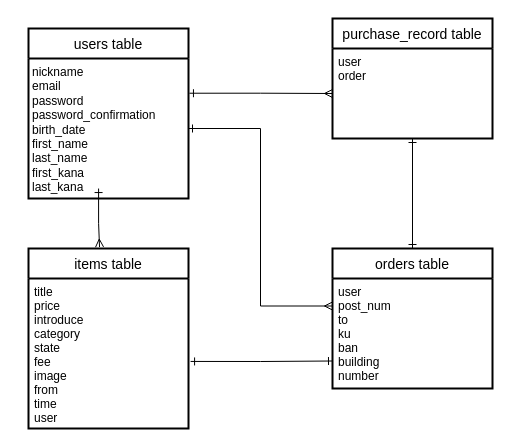
Before: er.dio in tomi-moto/furima-35525, a draw.io diagram. Source tidied: cells renumbered, new cells numbered last; positions are measured from the earlier drawing's top-left corner, leaving out a move shared by most shapes. Both pictures are drawn from the tidied source at 100%, with x=0, y=0 at pixel (28, 18).
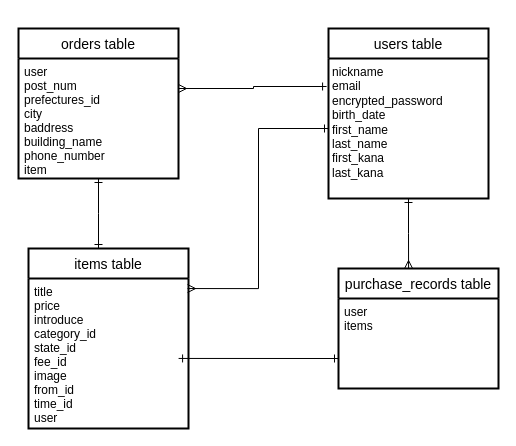
The same page after the edit.

The edit, as a diff of the source:
```diff
@@
 <mxGraphModel>
   <root>
     <mxCell id="0" />
     <mxCell id="1" parent="0" />
-    <mxCell id="2" style="edgeStyle=orthogonalEdgeStyle;rounded=0;jettySize=auto;html=1;exitX=1.006;exitY=0.248;exitDx=0;exitDy=0;entryX=0;entryY=0.5;entryDx=0;entryDy=0;endArrow=ERmany;endFill=0;startArrow=ERone;startFill=0;exitPerimeter=0;" parent="1" edge="1" source="5" target="12">
-      <mxGeometry relative="1" as="geometry" />
-    </mxCell>
-    <mxCell id="3" style="edgeStyle=orthogonalEdgeStyle;rounded=0;jettySize=auto;html=1;exitX=0.438;exitY=0.929;exitDx=0;exitDy=0;entryX=0.444;entryY=-0.008;entryDx=0;entryDy=0;entryPerimeter=0;endArrow=ERmany;endFill=0;startArrow=ERone;startFill=0;exitPerimeter=0;" parent="1" edge="1" source="5" target="6">
-      <mxGeometry relative="1" as="geometry" />
-    </mxCell>
     <mxCell id="4" value="users table" style="swimlane;horizontal=1;startSize=30;rounded=1;fontSize=14;fontStyle=0;strokeWidth=2;shadow=0;dashed=0;align=center;arcSize=0;verticalAlign=middle;" parent="1" vertex="1">
-      <mxGeometry y="10" width="160" height="170" as="geometry" />
+      <mxGeometry x="300" y="10" width="160" height="170" as="geometry" />
     </mxCell>
-    <mxCell id="5" value="nickname&lt;br&gt;email&lt;br&gt;password&lt;br&gt;password_confirmation&lt;br&gt;birth_date&lt;br&gt;first_name&lt;br&gt;last_name&lt;br&gt;first_kana&lt;br&gt;last_kana&lt;br&gt;" style="text;html=1;align=left;verticalAlign=top;points=[];spacingLeft=2;" parent="4" vertex="1">
+    <mxCell id="5" value="nickname&lt;br&gt;email&lt;br&gt;encrypted_password&lt;br&gt;birth_date&lt;br&gt;first_name&lt;br&gt;last_name&lt;br&gt;first_kana&lt;br&gt;last_kana" style="text;html=1;align=left;verticalAlign=top;points=[];spacingLeft=2;" parent="4" vertex="1">
       <mxGeometry y="30" width="160" height="140" as="geometry" />
     </mxCell>
     <mxCell id="6" value="items table" style="swimlane;horizontal=1;startSize=30;rounded=1;fontSize=14;fontStyle=0;strokeWidth=2;shadow=0;dashed=0;align=center;arcSize=0;" parent="1" vertex="1">
       <mxGeometry y="230" width="160" height="180" as="geometry" />
     </mxCell>
-    <mxCell id="7" value="title&#10;price&#10;introduce&#10;category&#10;state&#10;fee&#10;image&#10;from&#10;time&#10;user" style="align=left;strokeColor=none;fillColor=none;spacingLeft=4;fontSize=12;verticalAlign=top;" parent="6" vertex="1">
+    <mxCell id="7" value="title&#10;price&#10;introduce&#10;category_id&#10;state_id&#10;fee_id&#10;image&#10;from_id&#10;time_id&#10;user" style="align=left;strokeColor=none;fillColor=none;spacingLeft=4;fontSize=12;verticalAlign=top;" parent="6" vertex="1">
       <mxGeometry y="30" width="160" height="150" as="geometry" />
     </mxCell>
     <mxCell id="8" value="orders table" style="swimlane;horizontal=1;startSize=30;rounded=1;fontSize=14;fontStyle=0;strokeWidth=2;shadow=0;dashed=0;align=center;arcSize=0;" parent="1" vertex="1">
-      <mxGeometry x="304" y="230" width="160" height="140" as="geometry" />
+      <mxGeometry x="-10" y="10" width="160" height="150" as="geometry" />
     </mxCell>
-    <mxCell id="9" value="user&#10;post_num&#10;to&#10;ku&#10;ban&#10;building&#10;number" style="align=left;strokeColor=none;fillColor=none;spacingLeft=4;fontSize=12;verticalAlign=top;" parent="8" vertex="1">
-      <mxGeometry y="30" width="160" height="110" as="geometry" />
+    <mxCell id="9" value="user&#10;post_num&#10;prefectures_id&#10;city&#10;baddress&#10;building_name&#10;phone_number&#10;item" style="align=left;strokeColor=none;fillColor=none;spacingLeft=4;fontSize=12;verticalAlign=top;" parent="8" vertex="1">
+      <mxGeometry y="30" width="160" height="120" as="geometry" />
     </mxCell>
-    <mxCell id="10" style="edgeStyle=orthogonalEdgeStyle;rounded=0;jettySize=auto;html=1;entryX=0;entryY=0.75;entryDx=0;entryDy=0;endArrow=ERone;endFill=0;startArrow=ERone;startFill=0;exitX=1.013;exitY=0.553;exitDx=0;exitDy=0;exitPerimeter=0;" parent="1" edge="1" source="7" target="9">
-      <mxGeometry relative="1" as="geometry" />
-    </mxCell>
+    <mxCell id="15" style="edgeStyle=orthogonalEdgeStyle;rounded=0;jettySize=auto;html=1;exitX=0;exitY=0.75;exitDx=0;exitDy=0;entryX=0.938;entryY=0.533;entryDx=0;entryDy=0;entryPerimeter=0;startArrow=ERone;startFill=0;endArrow=ERone;endFill=0;" parent="1" edge="1" source="11" target="7">
+      <mxGeometry relative="1" as="geometry" />
+    </mxCell>
-    <mxCell id="11" value="purchase_record table" style="swimlane;horizontal=1;startSize=30;rounded=1;fontSize=14;fontStyle=0;strokeWidth=2;shadow=0;dashed=0;align=center;arcSize=0;" parent="1" vertex="1">
-      <mxGeometry x="304" width="160" height="120" as="geometry" />
+    <mxCell id="11" value="purchase_records table" style="swimlane;horizontal=1;startSize=30;rounded=1;fontSize=14;fontStyle=0;strokeWidth=2;shadow=0;dashed=0;align=center;arcSize=0;" parent="1" vertex="1">
+      <mxGeometry x="310" y="250" width="160" height="120" as="geometry" />
     </mxCell>
-    <mxCell id="12" value="user&#10;order" style="align=left;strokeColor=none;fillColor=none;spacingLeft=4;fontSize=12;verticalAlign=top;" parent="11" vertex="1">
+    <mxCell id="12" value="user&#10;items" style="align=left;strokeColor=none;fillColor=none;spacingLeft=4;fontSize=12;verticalAlign=top;" parent="11" vertex="1">
       <mxGeometry y="30" width="160" height="90" as="geometry" />
     </mxCell>
-    <mxCell id="13" style="edgeStyle=orthogonalEdgeStyle;rounded=0;jettySize=auto;html=1;entryX=0.5;entryY=0;entryDx=0;entryDy=0;startArrow=ERone;startFill=0;endArrow=ERone;endFill=0;" parent="1" edge="1" source="12" target="8">
-      <mxGeometry relative="1" as="geometry" />
-    </mxCell>
-    <mxCell id="14" style="edgeStyle=orthogonalEdgeStyle;rounded=0;jettySize=auto;html=1;entryX=0;entryY=0.25;entryDx=0;entryDy=0;endArrow=ERmany;endFill=0;startArrow=ERone;startFill=0;" parent="1" edge="1" source="5" target="9">
-      <mxGeometry relative="1" as="geometry" />
-    </mxCell>
+    <mxCell id="16" style="edgeStyle=orthogonalEdgeStyle;rounded=0;jettySize=auto;html=1;exitX=1;exitY=0.25;exitDx=0;exitDy=0;entryX=-0.012;entryY=0.2;entryDx=0;entryDy=0;entryPerimeter=0;startArrow=ERmany;startFill=0;endArrow=ERone;endFill=0;" parent="1" edge="1" source="9" target="5">
+      <mxGeometry relative="1" as="geometry" />
+    </mxCell>
+    <mxCell id="17" style="edgeStyle=orthogonalEdgeStyle;rounded=0;jettySize=auto;html=1;entryX=0.438;entryY=0;entryDx=0;entryDy=0;entryPerimeter=0;startArrow=ERone;startFill=0;endArrow=ERmany;endFill=0;" parent="1" edge="1" source="5" target="11">
+      <mxGeometry relative="1" as="geometry" />
+    </mxCell>
+    <mxCell id="18" style="edgeStyle=orthogonalEdgeStyle;rounded=0;jettySize=auto;html=1;startArrow=ERone;startFill=0;endArrow=ERone;endFill=0;" parent="1" edge="1" source="9">
+      <mxGeometry relative="1" as="geometry">
+        <mxPoint x="70" y="230" as="targetPoint" />
+      </mxGeometry>
+    </mxCell>
+    <mxCell id="19" style="edgeStyle=orthogonalEdgeStyle;rounded=0;jettySize=auto;html=1;entryX=0.994;entryY=0.067;entryDx=0;entryDy=0;entryPerimeter=0;startArrow=ERone;startFill=0;endArrow=ERmany;endFill=0;" parent="1" edge="1" source="5" target="7">
+      <mxGeometry relative="1" as="geometry" />
+    </mxCell>
   </root>
 </mxGraphModel>
```
